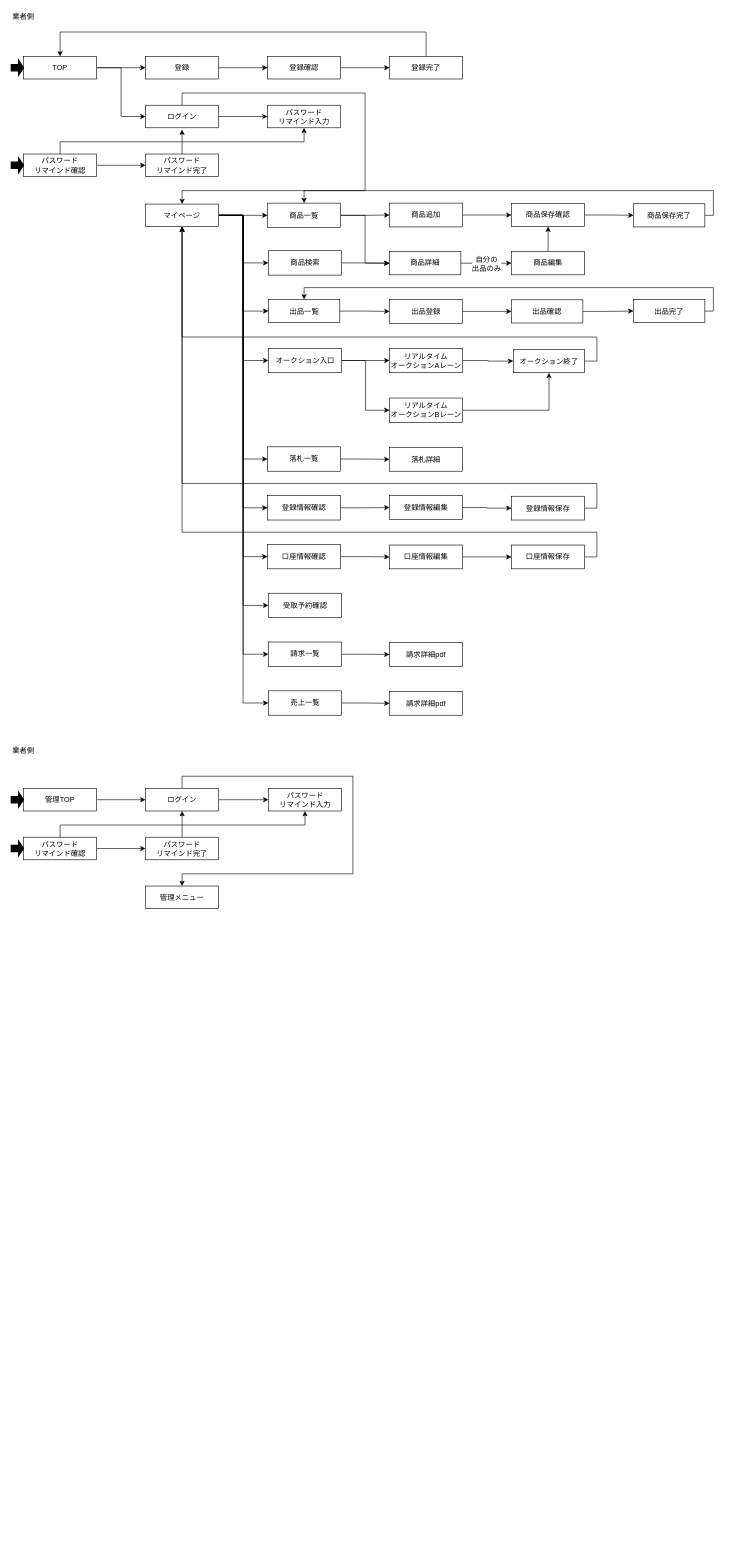
Earlier version of the draw.io diagram Untitled Diagram.drawio (cy-shuhei-ohno/test). Source tidied: cells renumbered, new cells numbered last; positions are measured from the earlier drawing's top-left corner, leaving out a move shared by most shapes. Both pictures are drawn from the tidied source at 61%, with x=0, y=0 at pixel (11, 10).
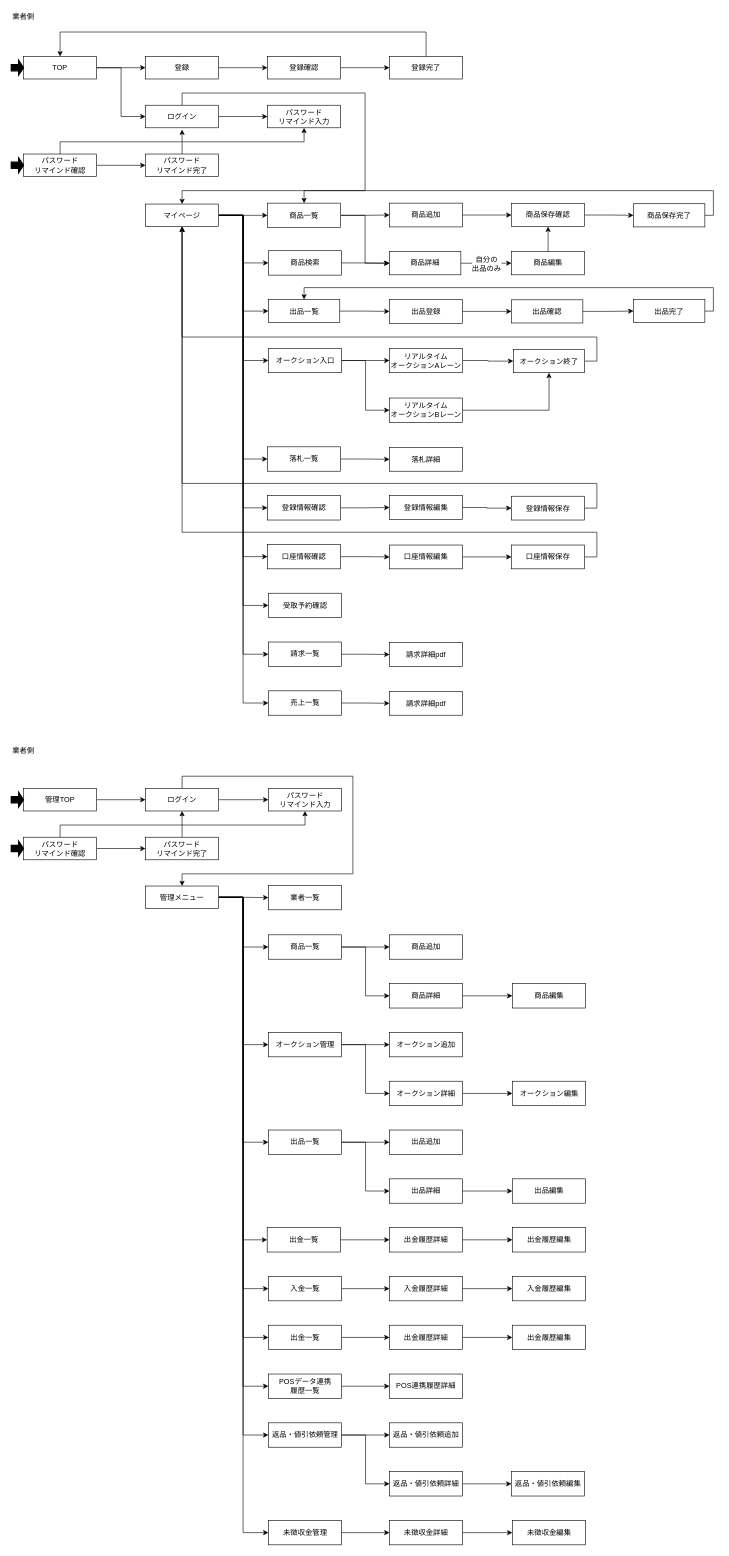
After the change.

Unchanged cells that the change refers to:
```xml
<mxCell id="103" value="管理メニュー" style="whiteSpace=wrap;html=1;" parent="1" vertex="1">
  <mxGeometry x="220" y="1435" width="120" height="37" as="geometry" />
</mxCell>
```

The edit, as a diff of the source:
```diff
@@
+    <mxCell id="104" style="edgeStyle=orthogonalEdgeStyle;rounded=0;jettySize=auto;html=1;entryX=0;entryY=0.5;entryDx=0;entryDy=0;" parent="1" edge="1" source="103" target="117">
+      <mxGeometry relative="1" as="geometry" />
+    </mxCell>
+    <mxCell id="105" style="edgeStyle=orthogonalEdgeStyle;rounded=0;jettySize=auto;html=1;entryX=0;entryY=0.5;entryDx=0;entryDy=0;" parent="1" edge="1" source="103" target="116">
+      <mxGeometry relative="1" as="geometry">
+        <Array as="points">
+          <mxPoint x="380" y="1454" />
+          <mxPoint x="380" y="1535" />
+        </Array>
+      </mxGeometry>
+    </mxCell>
+    <mxCell id="106" style="edgeStyle=orthogonalEdgeStyle;rounded=0;jettySize=auto;html=1;entryX=0;entryY=0.5;entryDx=0;entryDy=0;" parent="1" edge="1" source="103" target="120">
+      <mxGeometry relative="1" as="geometry">
+        <Array as="points">
+          <mxPoint x="380" y="1454" />
+          <mxPoint x="380" y="1695" />
+        </Array>
+      </mxGeometry>
+    </mxCell>
+    <mxCell id="107" style="edgeStyle=orthogonalEdgeStyle;rounded=0;jettySize=auto;html=1;entryX=0;entryY=0.5;entryDx=0;entryDy=0;" parent="1" edge="1" source="103" target="124">
+      <mxGeometry relative="1" as="geometry">
+        <Array as="points">
+          <mxPoint x="380" y="1454" />
+          <mxPoint x="380" y="2015" />
+        </Array>
+      </mxGeometry>
+    </mxCell>
+    <mxCell id="108" style="edgeStyle=orthogonalEdgeStyle;rounded=0;jettySize=auto;html=1;entryX=0;entryY=0.5;entryDx=0;entryDy=0;" parent="1" edge="1" source="103" target="126">
+      <mxGeometry relative="1" as="geometry">
+        <Array as="points">
+          <mxPoint x="380" y="1454" />
+          <mxPoint x="380" y="2095" />
+        </Array>
+      </mxGeometry>
+    </mxCell>
+    <mxCell id="109" style="edgeStyle=orthogonalEdgeStyle;rounded=0;jettySize=auto;html=1;entryX=0;entryY=0.5;entryDx=0;entryDy=0;" parent="1" edge="1" source="103" target="122">
+      <mxGeometry relative="1" as="geometry">
+        <Array as="points">
+          <mxPoint x="380" y="1454" />
+          <mxPoint x="380" y="2175" />
+        </Array>
+      </mxGeometry>
+    </mxCell>
+    <mxCell id="110" style="edgeStyle=orthogonalEdgeStyle;rounded=0;jettySize=auto;html=1;entryX=0;entryY=0.5;entryDx=0;entryDy=0;" parent="1" edge="1" source="103" target="128">
+      <mxGeometry relative="1" as="geometry">
+        <Array as="points">
+          <mxPoint x="380" y="1454" />
+          <mxPoint x="380" y="2255" />
+        </Array>
+      </mxGeometry>
+    </mxCell>
+    <mxCell id="111" style="edgeStyle=orthogonalEdgeStyle;rounded=0;jettySize=auto;html=1;entryX=0;entryY=0.5;entryDx=0;entryDy=0;" parent="1" edge="1" source="103" target="131">
+      <mxGeometry relative="1" as="geometry">
+        <Array as="points">
+          <mxPoint x="380" y="1454" />
+          <mxPoint x="380" y="2335" />
+        </Array>
+      </mxGeometry>
+    </mxCell>
+    <mxCell id="112" style="edgeStyle=orthogonalEdgeStyle;rounded=0;jettySize=auto;html=1;entryX=0;entryY=0.5;entryDx=0;entryDy=0;" parent="1" edge="1" source="103" target="133">
+      <mxGeometry relative="1" as="geometry">
+        <Array as="points">
+          <mxPoint x="380" y="1454" />
+          <mxPoint x="380" y="2495" />
+        </Array>
+      </mxGeometry>
+    </mxCell>
+    <mxCell id="113" style="edgeStyle=orthogonalEdgeStyle;rounded=0;jettySize=auto;html=1;entryX=0;entryY=0.5;entryDx=0;entryDy=0;" parent="1" edge="1" source="103" target="156">
+      <mxGeometry relative="1" as="geometry">
+        <Array as="points">
+          <mxPoint x="380" y="1454" />
+          <mxPoint x="380" y="1855" />
+        </Array>
+      </mxGeometry>
+    </mxCell>
@@
+    <mxCell id="114" style="edgeStyle=orthogonalEdgeStyle;rounded=0;jettySize=auto;html=1;entryX=0;entryY=0.5;entryDx=0;entryDy=0;" parent="1" edge="1" source="116" target="164">
+      <mxGeometry relative="1" as="geometry" />
+    </mxCell>
+    <mxCell id="115" style="edgeStyle=orthogonalEdgeStyle;rounded=0;jettySize=auto;html=1;entryX=0;entryY=0.5;entryDx=0;entryDy=0;" parent="1" edge="1" source="116" target="163">
+      <mxGeometry relative="1" as="geometry" />
+    </mxCell>
+    <mxCell id="116" value="商品一覧" style="whiteSpace=wrap;html=1;" parent="1" vertex="1">
+      <mxGeometry x="421.5" y="1515" width="120" height="40" as="geometry" />
+    </mxCell>
+    <mxCell id="117" value="業者一覧" style="whiteSpace=wrap;html=1;" parent="1" vertex="1">
+      <mxGeometry x="421.5" y="1434" width="120" height="40" as="geometry" />
+    </mxCell>
+    <mxCell id="118" style="edgeStyle=orthogonalEdgeStyle;rounded=0;jettySize=auto;html=1;entryX=0;entryY=0.5;entryDx=0;entryDy=0;" parent="1" edge="1" source="120" target="152">
+      <mxGeometry relative="1" as="geometry" />
+    </mxCell>
+    <mxCell id="119" style="edgeStyle=orthogonalEdgeStyle;rounded=0;jettySize=auto;html=1;entryX=0;entryY=0.5;entryDx=0;entryDy=0;" parent="1" edge="1" source="120" target="161">
+      <mxGeometry relative="1" as="geometry" />
+    </mxCell>
+    <mxCell id="120" value="オークション管理" style="whiteSpace=wrap;html=1;" parent="1" vertex="1">
+      <mxGeometry x="421.5" y="1675" width="120" height="40" as="geometry" />
+    </mxCell>
+    <mxCell id="121" style="edgeStyle=orthogonalEdgeStyle;rounded=0;jettySize=auto;html=1;entryX=0;entryY=0.5;entryDx=0;entryDy=0;" parent="1" edge="1" source="122" target="141">
+      <mxGeometry relative="1" as="geometry" />
+    </mxCell>
+    <mxCell id="122" value="出金一覧" style="whiteSpace=wrap;html=1;" parent="1" vertex="1">
+      <mxGeometry x="421.5" y="2155" width="120" height="40" as="geometry" />
+    </mxCell>
+    <mxCell id="123" style="edgeStyle=orthogonalEdgeStyle;rounded=0;jettySize=auto;html=1;entryX=0;entryY=0.5;entryDx=0;entryDy=0;" parent="1" edge="1" source="124" target="149">
+      <mxGeometry relative="1" as="geometry" />
+    </mxCell>
+    <mxCell id="124" value="出金一覧" style="whiteSpace=wrap;html=1;" parent="1" vertex="1">
+      <mxGeometry x="419.5" y="1995" width="120" height="40" as="geometry" />
+    </mxCell>
+    <mxCell id="125" style="edgeStyle=orthogonalEdgeStyle;rounded=0;jettySize=auto;html=1;entryX=0;entryY=0.5;entryDx=0;entryDy=0;" parent="1" edge="1" source="126" target="144">
+      <mxGeometry relative="1" as="geometry" />
+    </mxCell>
+    <mxCell id="126" value="入金一覧" style="whiteSpace=wrap;html=1;" parent="1" vertex="1">
+      <mxGeometry x="421.5" y="2075" width="120" height="40" as="geometry" />
+    </mxCell>
+    <mxCell id="127" style="edgeStyle=orthogonalEdgeStyle;rounded=0;jettySize=auto;html=1;entryX=0;entryY=0.5;entryDx=0;entryDy=0;" parent="1" edge="1" source="128" target="137">
+      <mxGeometry relative="1" as="geometry" />
+    </mxCell>
+    <mxCell id="128" value="POSデータ連携&lt;br&gt;履歴一覧" style="whiteSpace=wrap;html=1;" parent="1" vertex="1">
+      <mxGeometry x="421.5" y="2235" width="120" height="40" as="geometry" />
+    </mxCell>
+    <mxCell id="129" style="edgeStyle=orthogonalEdgeStyle;rounded=0;jettySize=auto;html=1;entryX=0;entryY=0.5;entryDx=0;entryDy=0;" parent="1" edge="1" source="131" target="136">
+      <mxGeometry relative="1" as="geometry" />
+    </mxCell>
+    <mxCell id="130" style="edgeStyle=orthogonalEdgeStyle;rounded=0;jettySize=auto;html=1;entryX=0;entryY=0.5;entryDx=0;entryDy=0;" parent="1" edge="1" source="131" target="139">
+      <mxGeometry relative="1" as="geometry" />
+    </mxCell>
+    <mxCell id="131" value="返品・値引依頼管理" style="whiteSpace=wrap;html=1;" parent="1" vertex="1">
+      <mxGeometry x="421.5" y="2315" width="120" height="40" as="geometry" />
+    </mxCell>
+    <mxCell id="132" style="edgeStyle=orthogonalEdgeStyle;rounded=0;jettySize=auto;html=1;entryX=0;entryY=0.5;entryDx=0;entryDy=0;" parent="1" edge="1" source="133" target="135">
+      <mxGeometry relative="1" as="geometry" />
+    </mxCell>
+    <mxCell id="133" value="未徴収金管理" style="whiteSpace=wrap;html=1;" parent="1" vertex="1">
+      <mxGeometry x="421.5" y="2475" width="120" height="40" as="geometry" />
+    </mxCell>
+    <mxCell id="134" style="edgeStyle=orthogonalEdgeStyle;rounded=0;jettySize=auto;html=1;" parent="1" edge="1" source="135" target="145">
+      <mxGeometry relative="1" as="geometry" />
+    </mxCell>
+    <mxCell id="135" value="未徴収金詳細" style="whiteSpace=wrap;html=1;" parent="1" vertex="1">
+      <mxGeometry x="620" y="2475" width="120" height="40" as="geometry" />
+    </mxCell>
+    <mxCell id="136" value="返品・値引依頼追加" style="whiteSpace=wrap;html=1;" parent="1" vertex="1">
+      <mxGeometry x="620" y="2315" width="120" height="40" as="geometry" />
+    </mxCell>
+    <mxCell id="137" value="POS連携履歴詳細" style="whiteSpace=wrap;html=1;" parent="1" vertex="1">
+      <mxGeometry x="620" y="2235" width="120" height="40" as="geometry" />
+    </mxCell>
+    <mxCell id="138" style="edgeStyle=orthogonalEdgeStyle;rounded=0;jettySize=auto;html=1;entryX=0;entryY=0.5;entryDx=0;entryDy=0;" parent="1" edge="1" source="139" target="142">
+      <mxGeometry relative="1" as="geometry" />
+    </mxCell>
+    <mxCell id="139" value="返品・値引依頼詳細" style="whiteSpace=wrap;html=1;" parent="1" vertex="1">
+      <mxGeometry x="620" y="2395" width="120" height="40" as="geometry" />
+    </mxCell>
+    <mxCell id="140" style="edgeStyle=orthogonalEdgeStyle;rounded=0;jettySize=auto;html=1;entryX=0;entryY=0.5;entryDx=0;entryDy=0;" parent="1" edge="1" source="141" target="146">
+      <mxGeometry relative="1" as="geometry" />
+    </mxCell>
+    <mxCell id="141" value="出金履歴詳細" style="whiteSpace=wrap;html=1;" parent="1" vertex="1">
+      <mxGeometry x="620" y="2155" width="120" height="40" as="geometry" />
+    </mxCell>
+    <mxCell id="142" value="返品・値引依頼編集" style="whiteSpace=wrap;html=1;" parent="1" vertex="1">
+      <mxGeometry x="820" y="2395" width="120" height="40" as="geometry" />
+    </mxCell>
+    <mxCell id="143" style="edgeStyle=orthogonalEdgeStyle;rounded=0;jettySize=auto;html=1;entryX=0;entryY=0.5;entryDx=0;entryDy=0;" parent="1" edge="1" source="144" target="147">
+      <mxGeometry relative="1" as="geometry" />
+    </mxCell>
+    <mxCell id="144" value="入金履歴詳細" style="whiteSpace=wrap;html=1;" parent="1" vertex="1">
+      <mxGeometry x="620" y="2075" width="120" height="40" as="geometry" />
+    </mxCell>
+    <mxCell id="145" value="未徴収金編集" style="whiteSpace=wrap;html=1;" parent="1" vertex="1">
+      <mxGeometry x="821.5" y="2475" width="120" height="40" as="geometry" />
+    </mxCell>
+    <mxCell id="146" value="出金履歴編集" style="whiteSpace=wrap;html=1;" parent="1" vertex="1">
+      <mxGeometry x="821.5" y="2155" width="120" height="40" as="geometry" />
+    </mxCell>
+    <mxCell id="147" value="入金履歴編集" style="whiteSpace=wrap;html=1;" parent="1" vertex="1">
+      <mxGeometry x="821.5" y="2075" width="120" height="40" as="geometry" />
+    </mxCell>
+    <mxCell id="148" style="edgeStyle=orthogonalEdgeStyle;rounded=0;jettySize=auto;html=1;entryX=0;entryY=0.5;entryDx=0;entryDy=0;" parent="1" edge="1" source="149" target="150">
+      <mxGeometry relative="1" as="geometry" />
+    </mxCell>
+    <mxCell id="149" value="出金履歴詳細" style="whiteSpace=wrap;html=1;" parent="1" vertex="1">
+      <mxGeometry x="620" y="1995" width="120" height="40" as="geometry" />
+    </mxCell>
+    <mxCell id="150" value="出金履歴編集" style="whiteSpace=wrap;html=1;" parent="1" vertex="1">
+      <mxGeometry x="821.5" y="1995" width="120" height="40" as="geometry" />
+    </mxCell>
+    <mxCell id="151" style="edgeStyle=orthogonalEdgeStyle;rounded=0;jettySize=auto;html=1;entryX=0;entryY=0.5;entryDx=0;entryDy=0;" parent="1" edge="1" source="152" target="153">
+      <mxGeometry relative="1" as="geometry" />
+    </mxCell>
+    <mxCell id="152" value="オークション詳細" style="whiteSpace=wrap;html=1;" parent="1" vertex="1">
+      <mxGeometry x="620" y="1755" width="120" height="40" as="geometry" />
+    </mxCell>
+    <mxCell id="153" value="オークション編集" style="whiteSpace=wrap;html=1;" parent="1" vertex="1">
+      <mxGeometry x="821.5" y="1755" width="120" height="40" as="geometry" />
+    </mxCell>
+    <mxCell id="154" style="edgeStyle=orthogonalEdgeStyle;rounded=0;jettySize=auto;html=1;entryX=0;entryY=0.5;entryDx=0;entryDy=0;" parent="1" edge="1" source="156" target="158">
+      <mxGeometry relative="1" as="geometry" />
+    </mxCell>
+    <mxCell id="155" style="edgeStyle=orthogonalEdgeStyle;rounded=0;jettySize=auto;html=1;entryX=0;entryY=0.5;entryDx=0;entryDy=0;" parent="1" edge="1" source="156" target="160">
+      <mxGeometry relative="1" as="geometry" />
+    </mxCell>
+    <mxCell id="156" value="出品一覧" style="whiteSpace=wrap;html=1;" parent="1" vertex="1">
+      <mxGeometry x="421.5" y="1835" width="120" height="40" as="geometry" />
+    </mxCell>
+    <mxCell id="157" style="edgeStyle=orthogonalEdgeStyle;rounded=0;jettySize=auto;html=1;entryX=0;entryY=0.5;entryDx=0;entryDy=0;" parent="1" edge="1" source="158" target="159">
+      <mxGeometry relative="1" as="geometry" />
+    </mxCell>
+    <mxCell id="158" value="出品詳細" style="whiteSpace=wrap;html=1;" parent="1" vertex="1">
+      <mxGeometry x="620" y="1915" width="120" height="40" as="geometry" />
+    </mxCell>
+    <mxCell id="159" value="出品編集" style="whiteSpace=wrap;html=1;" parent="1" vertex="1">
+      <mxGeometry x="821.5" y="1915" width="120" height="40" as="geometry" />
+    </mxCell>
+    <mxCell id="160" value="出品追加" style="whiteSpace=wrap;html=1;" parent="1" vertex="1">
+      <mxGeometry x="620" y="1835" width="120" height="40" as="geometry" />
+    </mxCell>
+    <mxCell id="161" value="オークション追加" style="whiteSpace=wrap;html=1;" parent="1" vertex="1">
+      <mxGeometry x="620" y="1675" width="120" height="40" as="geometry" />
+    </mxCell>
+    <mxCell id="162" style="edgeStyle=orthogonalEdgeStyle;rounded=0;jettySize=auto;html=1;entryX=0;entryY=0.5;entryDx=0;entryDy=0;" parent="1" edge="1" source="163" target="165">
+      <mxGeometry relative="1" as="geometry" />
+    </mxCell>
+    <mxCell id="163" value="商品詳細" style="whiteSpace=wrap;html=1;" parent="1" vertex="1">
+      <mxGeometry x="620" y="1595" width="120" height="40" as="geometry" />
+    </mxCell>
+    <mxCell id="164" value="商品追加" style="whiteSpace=wrap;html=1;" parent="1" vertex="1">
+      <mxGeometry x="620" y="1515" width="120" height="40" as="geometry" />
+    </mxCell>
+    <mxCell id="165" value="商品編集" style="whiteSpace=wrap;html=1;" parent="1" vertex="1">
+      <mxGeometry x="821.5" y="1595" width="120" height="40" as="geometry" />
+    </mxCell>
```
